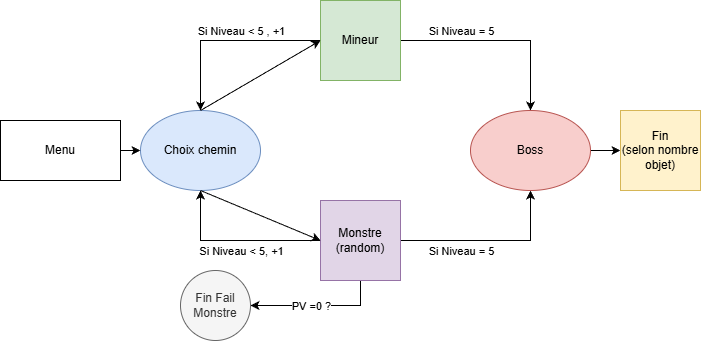
Before: plan.png, a diagram exported from draw.io (Hulgodoo/TheCave). Source tidied: cells renumbered, new cells last; positions are measured from the earlier drawing's top-left corner, leaving out a move shared by most shapes.
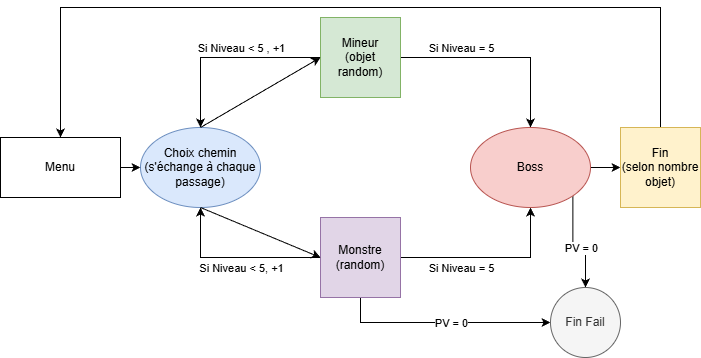
After the commit.

Commit message:
fin du jeu

The edit, as a diff of the source:
```diff
@@ -5,7 +5,7 @@
     <mxCell id="2" value="Menu" style="rounded=0;whiteSpace=wrap;html=1;direction=east;" parent="1" vertex="1">
       <mxGeometry y="120" width="120" height="60" as="geometry" />
     </mxCell>
-    <mxCell id="3" value="Choix chemin" style="ellipse;whiteSpace=wrap;html=1;fillColor=#dae8fc;strokeColor=#6c8ebf;direction=east;" parent="1" vertex="1">
+    <mxCell id="3" value="Choix chemin&lt;br&gt;(s'échange à chaque passage)" style="ellipse;whiteSpace=wrap;html=1;fillColor=#dae8fc;strokeColor=#6c8ebf;direction=east;" parent="1" vertex="1">
       <mxGeometry x="140" y="110" width="120" height="80" as="geometry" />
     </mxCell>
     <mxCell id="4" style="edgeStyle=orthogonalEdgeStyle;rounded=0;jettySize=auto;html=1;exitX=0;exitY=0.5;exitDx=0;exitDy=0;entryX=0.5;entryY=0;entryDx=0;entryDy=0;" parent="1" edge="1" source="8" target="3">
@@ -24,37 +24,48 @@
         <mxPoint x="23" y="-9" as="offset" />
       </mxGeometry>
     </mxCell>
-    <mxCell id="8" value="Mineur" style="whiteSpace=wrap;html=1;fillColor=#d5e8d4;strokeColor=#82b366;direction=east;" parent="1" vertex="1">
+    <mxCell id="8" value="Mineur&lt;div&gt;(objet random)&lt;/div&gt;" style="whiteSpace=wrap;html=1;fillColor=#d5e8d4;strokeColor=#82b366;direction=east;" parent="1" vertex="1">
       <mxGeometry x="320" width="80" height="80" as="geometry" />
     </mxCell>
-    <mxCell id="9" style="edgeStyle=orthogonalEdgeStyle;rounded=0;jettySize=auto;html=1;exitX=0.5;exitY=1;exitDx=0;exitDy=0;entryX=1;entryY=0.5;entryDx=0;entryDy=0;" parent="1" edge="1" source="13" target="17">
-      <mxGeometry relative="1" as="geometry" />
-    </mxCell>
-    <mxCell id="10" value="PV =0 ?" style="edgeLabel;html=1;align=center;verticalAlign=middle;" parent="9" vertex="1">
-      <mxGeometry x="0.6" y="-2" relative="1" as="geometry">
-        <mxPoint x="33" y="2" as="offset" />
-      </mxGeometry>
-    </mxCell>
     <mxCell id="11" style="edgeStyle=orthogonalEdgeStyle;rounded=0;jettySize=auto;html=1;exitX=1;exitY=0.5;exitDx=0;exitDy=0;entryX=0.5;entryY=1;entryDx=0;entryDy=0;" parent="1" edge="1" source="13" target="15">
       <mxGeometry relative="1" as="geometry" />
     </mxCell>
     <mxCell id="12" style="edgeStyle=orthogonalEdgeStyle;rounded=0;jettySize=auto;html=1;exitX=0;exitY=0.5;exitDx=0;exitDy=0;entryX=0.5;entryY=1;entryDx=0;entryDy=0;" parent="1" edge="1" source="13" target="3">
       <mxGeometry relative="1" as="geometry" />
     </mxCell>
+    <mxCell id="9" style="edgeStyle=orthogonalEdgeStyle;rounded=0;jettySize=auto;html=1;exitX=0.5;exitY=1;exitDx=0;exitDy=0;entryX=0;entryY=0.5;entryDx=0;entryDy=0;" parent="1" edge="1" source="13" target="17">
+      <mxGeometry relative="1" as="geometry" />
+    </mxCell>
+    <mxCell id="23" value="PV = 0" style="edgeLabel;html=1;align=center;verticalAlign=middle;" parent="9" vertex="1">
+      <mxGeometry x="-0.44" y="-2" relative="1" as="geometry">
+        <mxPoint x="55" y="-2" as="offset" />
+      </mxGeometry>
+    </mxCell>
     <mxCell id="13" value="Monstre (random)" style="whiteSpace=wrap;html=1;fillColor=#e1d5e7;strokeColor=#9673a6;direction=east;" parent="1" vertex="1">
       <mxGeometry x="320" y="200" width="80" height="80" as="geometry" />
     </mxCell>
     <mxCell id="14" style="edgeStyle=orthogonalEdgeStyle;rounded=0;jettySize=auto;html=1;exitX=1;exitY=0.5;exitDx=0;exitDy=0;entryX=0;entryY=0.5;entryDx=0;entryDy=0;" parent="1" edge="1" source="15" target="16">
       <mxGeometry relative="1" as="geometry" />
     </mxCell>
+    <mxCell id="24" style="edgeStyle=orthogonalEdgeStyle;rounded=0;jettySize=auto;html=1;exitX=1;exitY=1;exitDx=0;exitDy=0;entryX=0.5;entryY=0;entryDx=0;entryDy=0;" parent="1" edge="1" source="15" target="17">
+      <mxGeometry relative="1" as="geometry" />
+    </mxCell>
     <mxCell id="15" value="Boss" style="ellipse;whiteSpace=wrap;html=1;fillColor=#f8cecc;strokeColor=#b85450;direction=east;" parent="1" vertex="1">
       <mxGeometry x="470" y="110" width="120" height="80" as="geometry" />
     </mxCell>
+    <mxCell id="25" style="edgeStyle=orthogonalEdgeStyle;rounded=0;jettySize=auto;html=1;exitX=0.5;exitY=0;exitDx=0;exitDy=0;entryX=0.5;entryY=0;entryDx=0;entryDy=0;" parent="1" edge="1" source="16" target="2">
+      <mxGeometry relative="1" as="geometry">
+        <Array as="points">
+          <mxPoint x="660" y="-10" />
+          <mxPoint x="60" y="-10" />
+        </Array>
+      </mxGeometry>
+    </mxCell>
     <mxCell id="16" value="Fin&lt;br&gt;(selon nombre objet)" style="whiteSpace=wrap;html=1;fillColor=#fff2cc;strokeColor=#d6b656;direction=east;" parent="1" vertex="1">
       <mxGeometry x="620" y="110" width="80" height="80" as="geometry" />
     </mxCell>
-    <mxCell id="17" value="Fin Fail&lt;br&gt;Monstre" style="ellipse;whiteSpace=wrap;html=1;fillColor=#f5f5f5;fontColor=#333333;strokeColor=#666666;direction=east;" parent="1" vertex="1">
-      <mxGeometry x="180" y="270" width="70" height="70" as="geometry" />
+    <mxCell id="17" value="Fin Fail" style="ellipse;whiteSpace=wrap;html=1;fillColor=#f5f5f5;fontColor=#333333;strokeColor=#666666;direction=east;" parent="1" vertex="1">
+      <mxGeometry x="550" y="270" width="70" height="70" as="geometry" />
     </mxCell>
     <mxCell id="18" style="endArrow=classic;html=1;rounded=0;exitX=1;exitY=0.5;exitDx=0;exitDy=0;entryX=0;entryY=0.5;entryDx=0;entryDy=0;" parent="1" edge="1" source="2" target="3">
       <mxGeometry relative="1" as="geometry" />
@@ -71,5 +82,8 @@
     <mxCell id="22" value="Si Niveau &amp;lt; 5, +1" style="edgeLabel;html=1;align=center;verticalAlign=middle;" parent="1" vertex="1">
       <mxGeometry x="240" y="250" as="geometry" />
     </mxCell>
+    <mxCell id="26" value="PV = 0" style="edgeLabel;html=1;align=center;verticalAlign=middle;" parent="1" vertex="1">
+      <mxGeometry x="580" y="230" as="geometry" />
+    </mxCell>
   </root>
 </mxGraphModel>
```
